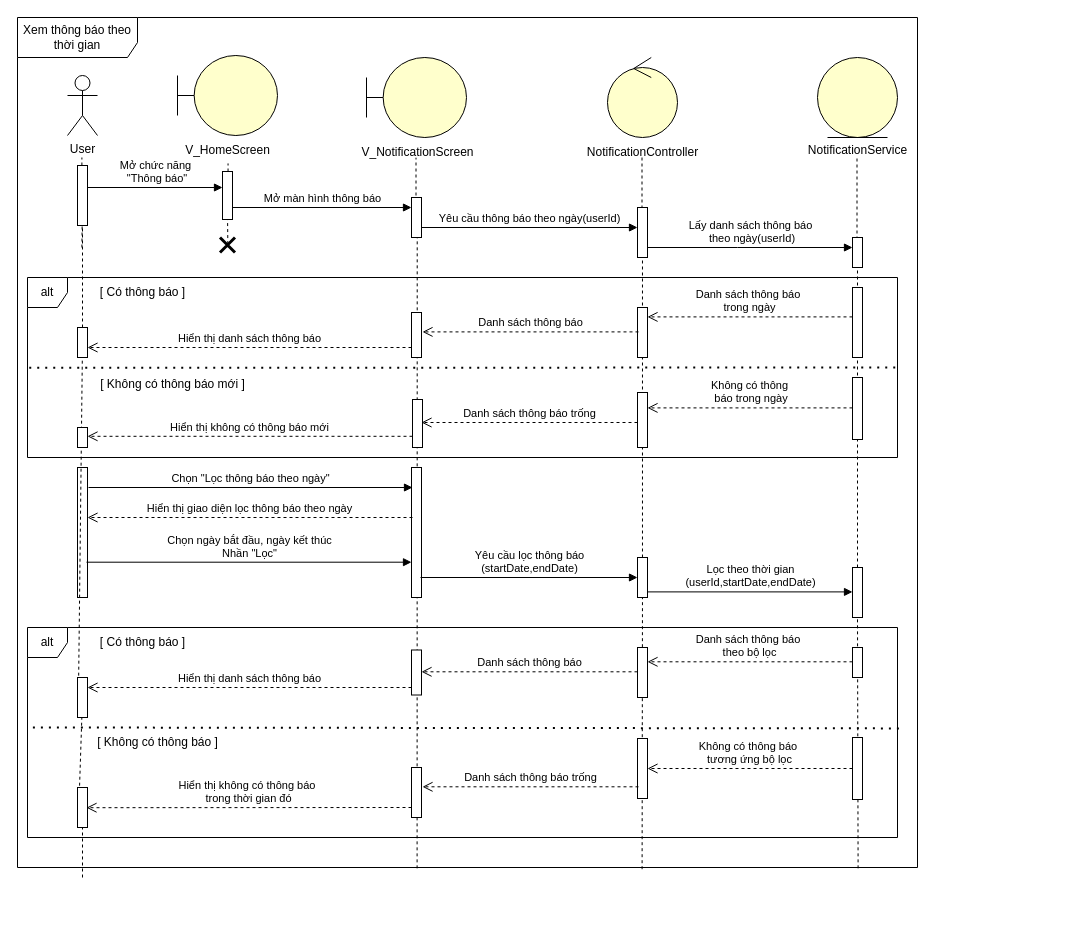
Earlier version of the draw.io diagram Sequence diagram/Notification Management/notification_management.drawio (cuongceg/BTL-IT3120). Source tidied: cells renumbered, new cells numbered last; positions are measured from the earlier drawing's top-left corner, leaving out a move shared by most shapes. Both pictures are drawn from the tidied source at 100%, with x=0, y=0 at pixel (17, 17).
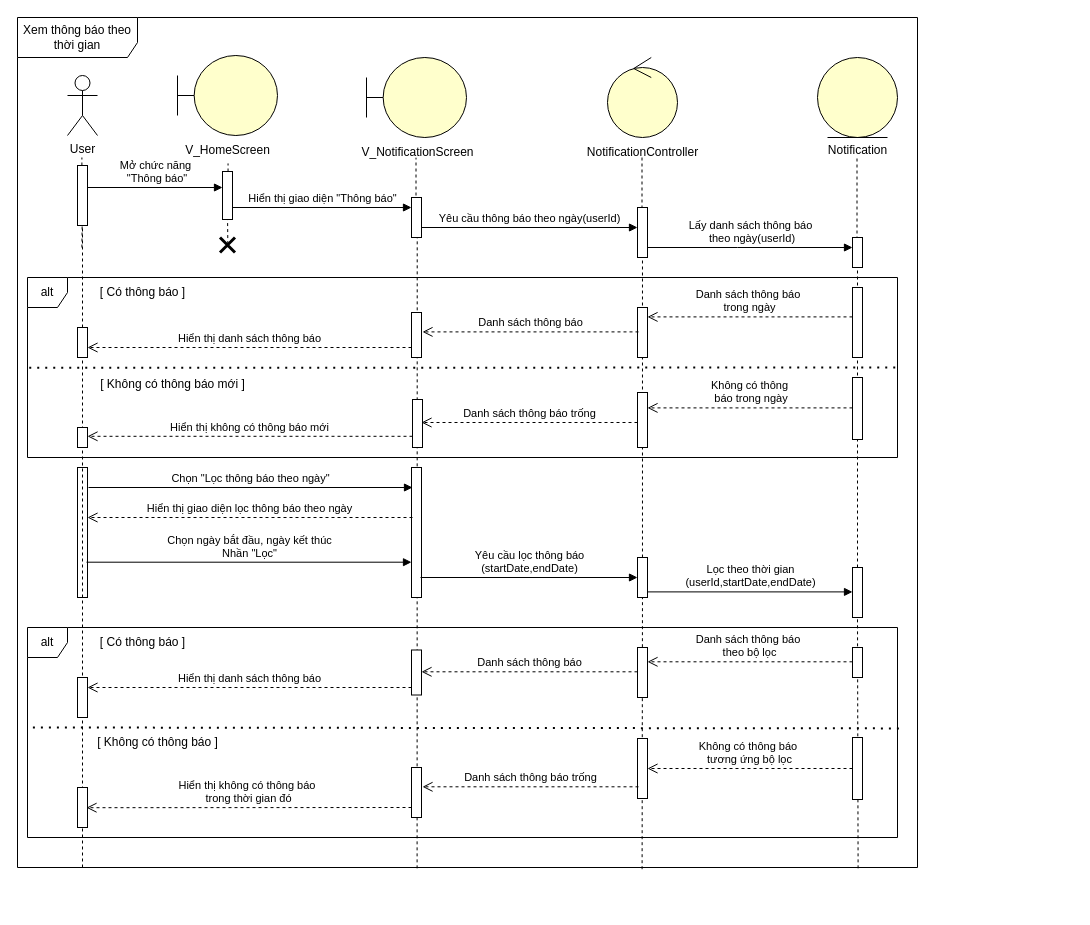
The same diagram, later.

Commit message:
Cập nhật notification_management.drawio

The change refers to these unchanged cells:
```xml
<mxCell id="12" style="html=1;points=[[0,0,0,0,5],[0,1,0,0,-5],[1,0,0,0,5],[1,1,0,0,-5]];perimeter=orthogonalPerimeter;outlineConnect=0;targetShapes=umlLifeline;portConstraint=eastwest;newEdgeStyle={&quot;curved&quot;:0,&quot;rounded&quot;:0};" parent="1" vertex="1">
  <mxGeometry x="394" y="180" width="10" height="40" as="geometry" />
</mxCell>
<mxCell id="67" style="html=1;points=[[0,0,0,0,5],[0,1,0,0,-5],[1,0,0,0,5],[1,1,0,0,-5]];perimeter=orthogonalPerimeter;outlineConnect=0;targetShapes=umlLifeline;portConstraint=eastwest;newEdgeStyle={&quot;curved&quot;:0,&quot;rounded&quot;:0};" parent="1" vertex="1">
  <mxGeometry x="60" y="310" width="10" height="30" as="geometry" />
</mxCell>
<mxCell id="79" style="html=1;points=[[0,0,0,0,5],[0,1,0,0,-5],[1,0,0,0,5],[1,1,0,0,-5]];perimeter=orthogonalPerimeter;outlineConnect=0;targetShapes=umlLifeline;portConstraint=eastwest;newEdgeStyle={&quot;curved&quot;:0,&quot;rounded&quot;:0};" parent="1" vertex="1">
  <mxGeometry x="60" y="660" width="10" height="40" as="geometry" />
</mxCell>
<mxCell id="82" style="html=1;points=[[0,0,0,0,5],[0,1,0,0,-5],[1,0,0,0,5],[1,1,0,0,-5]];perimeter=orthogonalPerimeter;outlineConnect=0;targetShapes=umlLifeline;portConstraint=eastwest;newEdgeStyle={&quot;curved&quot;:0,&quot;rounded&quot;:0};" parent="1" vertex="1">
  <mxGeometry x="60" y="770" width="10" height="40" as="geometry" />
</mxCell>
```

The edit, as a diff of the source:
```diff
@@
-    <mxCell id="13" value="Mở màn hình thông báo" style="html=1;verticalAlign=bottom;endArrow=block;curved=0;rounded=0;" parent="1" edge="1" target="12">
+    <mxCell id="13" value="Hiển thị giao diện &quot;Thông báo&quot;" style="html=1;verticalAlign=bottom;endArrow=block;curved=0;rounded=0;" parent="1" edge="1" target="12">
       <mxGeometry relative="1" as="geometry">
         <mxPoint x="215" y="190" as="sourcePoint" />
       </mxGeometry>
     </mxCell>
@@
-    <mxCell id="59" value="&lt;span style=&quot;text-wrap-mode: wrap;&quot;&gt;Notification&lt;/span&gt;&lt;span style=&quot;text-wrap-mode: wrap; background-color: transparent; color: light-dark(rgb(0, 0, 0), rgb(255, 255, 255));&quot;&gt;Service&lt;/span&gt;" style="text;html=1;align=center;verticalAlign=middle;strokeColor=none;fillColor=none;" parent="1" vertex="1">
-      <mxGeometry x="780" y="118" width="120" height="30" as="geometry" />
+    <mxCell id="59" value="&lt;span style=&quot;text-wrap-mode: wrap;&quot;&gt;Notification&lt;/span&gt;" style="text;html=1;align=center;verticalAlign=middle;strokeColor=none;fillColor=none;" parent="1" vertex="1">
+      <mxGeometry x="800" y="118" width="80" height="30" as="geometry" />
     </mxCell>
@@
-    <mxCell id="66" style="endArrow=none;dashed=1;html=1;rounded=0;entryX=0.5;entryY=0.5;entryDx=0;entryDy=0;entryPerimeter=0;exitX=0.07;exitY=1.004;exitDx=0;exitDy=0;exitPerimeter=0;" parent="1" edge="1" source="79" target="67">
-      <mxGeometry relative="1" as="geometry" />
+    <mxCell id="66" style="endArrow=none;dashed=1;html=1;rounded=0;entryX=0.5;entryY=0.5;entryDx=0;entryDy=0;entryPerimeter=0;" parent="1" edge="1" target="67">
+      <mxGeometry relative="1" as="geometry">
+        <mxPoint x="65" y="850" as="sourcePoint" />
+      </mxGeometry>
     </mxCell>
@@
-    <mxCell id="78" style="endArrow=none;dashed=1;html=1;rounded=0;entryX=0.5;entryY=0.5;entryDx=0;entryDy=0;entryPerimeter=0;exitX=0.07;exitY=1.004;exitDx=0;exitDy=0;exitPerimeter=0;" parent="1" edge="1" source="82" target="79">
-      <mxGeometry relative="1" as="geometry" />
-    </mxCell>
@@
-    <mxCell id="81" style="endArrow=none;dashed=1;html=1;rounded=0;entryX=0.5;entryY=0.5;entryDx=0;entryDy=0;entryPerimeter=0;" parent="1" edge="1" target="82">
-      <mxGeometry relative="1" as="geometry">
-        <mxPoint x="65" y="860" as="sourcePoint" />
-      </mxGeometry>
-    </mxCell>
```
